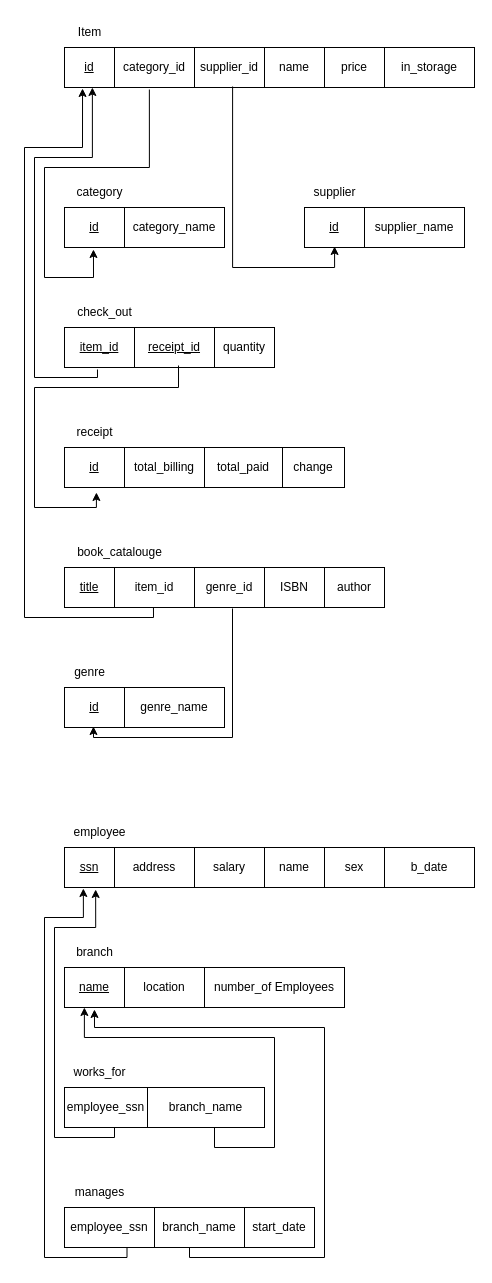
The draw.io diagram page "Page-2" (2 of 3) of Untitled Diagram.drawio in hanscakrawangsa15/Hans-Project, before the edit. Source tidied: cells renumbered, new cells numbered last; positions are measured from the earlier drawing's top-left corner, leaving out a move shared by most shapes. Both pictures are drawn from the tidied source at 100%, with x=0, y=0 at pixel (24, 17).
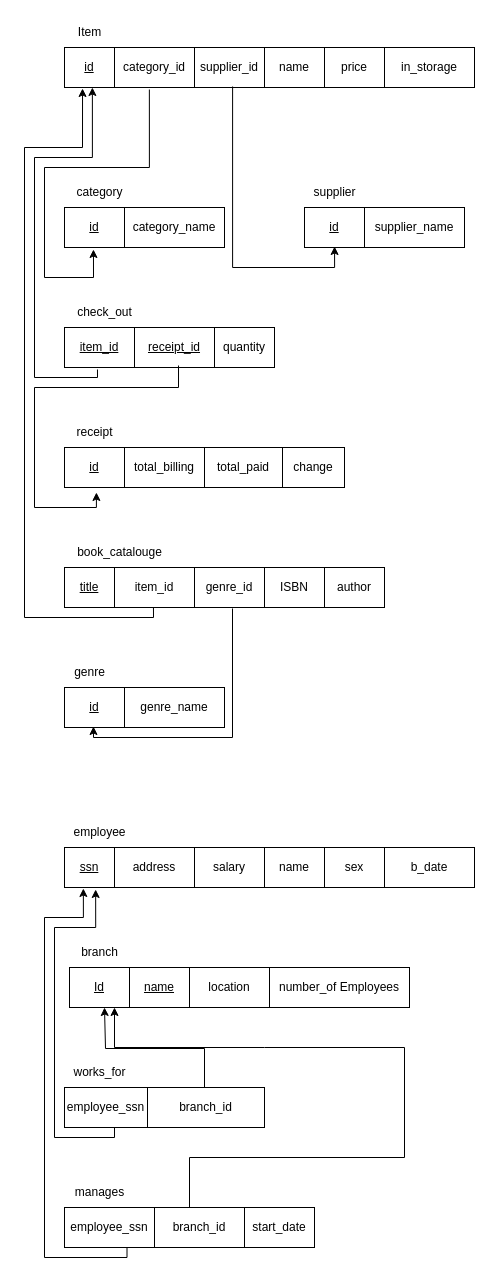
The same diagram, later.

Unchanged cells that the change refers to:
```xml
<mxCell id="63" style="shape=tableRow;horizontal=0;startSize=0;swimlaneHead=0;swimlaneBody=0;top=0;left=0;bottom=0;right=0;fontStyle=0;fillColor=none;sketch=1;curveFitting=1;jiggle=2;" parent="62" vertex="1">
  <mxGeometry width="280" height="40" as="geometry" />
</mxCell>
<mxCell id="68" style="childLayout=tableLayout;shadow=0;fillColor=none;strokeColor=#C0C0C0;perimeterSpacing=0;strokeWidth=1;" parent="1" vertex="1">
  <mxGeometry x="40" y="1070" width="200" height="40" as="geometry" />
</mxCell>
<mxCell id="69" style="shape=tableRow;horizontal=0;startSize=0;swimlaneHead=0;swimlaneBody=0;top=0;left=0;bottom=0;right=0;fontStyle=0;fillColor=none;sketch=1;curveFitting=1;jiggle=2;" parent="68" vertex="1">
  <mxGeometry width="200" height="40" as="geometry" />
</mxCell>
<mxCell id="75" style="shape=tableRow;horizontal=0;startSize=0;swimlaneHead=0;swimlaneBody=0;top=0;left=0;bottom=0;right=0;fontStyle=0;fillColor=none;sketch=1;curveFitting=1;jiggle=2;" parent="74" vertex="1">
  <mxGeometry width="250" height="40" as="geometry" />
</mxCell>
```

The edit, as a diff of the source:
```diff
@@
     <mxCell id="62" style="childLayout=tableLayout;shadow=0;fillColor=none;strokeColor=#C0C0C0;perimeterSpacing=0;strokeWidth=1;" parent="1" vertex="1">
-      <mxGeometry x="40" y="950" width="280" height="40" as="geometry" />
+      <mxGeometry x="105" y="950" width="280" height="40" as="geometry" />
     </mxCell>
@@
     <mxCell id="67" value="branch" style="text;html=1;align=center;verticalAlign=middle;strokeColor=none;fillColor=none;sketch=1;curveFitting=1;jiggle=2;" parent="1" vertex="1">
-      <mxGeometry x="40" y="920" width="60" height="30" as="geometry" />
+      <mxGeometry x="45" y="920" width="60" height="30" as="geometry" />
     </mxCell>
+    <mxCell id="83" style="edgeStyle=orthogonalEdgeStyle;rounded=0;jettySize=auto;html=1;" parent="1" edge="1" source="68">
+      <mxGeometry relative="1" as="geometry">
+        <mxPoint x="80" y="990" as="targetPoint" />
+        <Array as="points">
+          <mxPoint x="180" y="1031" />
+          <mxPoint x="81" y="1031" />
+        </Array>
+      </mxGeometry>
+    </mxCell>
@@
-    <mxCell id="71" value="branch_name" style="strokeColor=default;fillColor=none;align=center;whiteSpace=wrap;html=1;" parent="69" vertex="1">
+    <mxCell id="71" value="branch_id" style="strokeColor=default;fillColor=none;align=center;whiteSpace=wrap;html=1;" parent="69" vertex="1">
       <mxGeometry x="83" width="117" height="40" as="geometry" />
     </mxCell>
@@
-    <mxCell id="77" value="branch_name" style="strokeColor=default;fillColor=none;align=center;whiteSpace=wrap;html=1;" parent="75" vertex="1">
+    <mxCell id="77" value="branch_id" style="strokeColor=default;fillColor=none;align=center;whiteSpace=wrap;html=1;" parent="75" vertex="1">
       <mxGeometry x="90" width="90" height="40" as="geometry" />
     </mxCell>
@@
-    <mxCell id="81" style="edgeStyle=orthogonalEdgeStyle;rounded=0;jettySize=auto;html=1;exitX=0.75;exitY=1;exitDx=0;exitDy=0;entryX=0.071;entryY=1;entryDx=0;entryDy=0;entryPerimeter=0;" parent="1" edge="1" source="69" target="63">
-      <mxGeometry relative="1" as="geometry">
-        <Array as="points">
-          <mxPoint x="190" y="1130" />
-          <mxPoint x="250" y="1130" />
-          <mxPoint x="250" y="1020" />
-          <mxPoint x="60" y="1020" />
-        </Array>
-      </mxGeometry>
-    </mxCell>
-    <mxCell id="82" style="edgeStyle=orthogonalEdgeStyle;rounded=0;jettySize=auto;html=1;exitX=0.5;exitY=1;exitDx=0;exitDy=0;entryX=0.107;entryY=1.05;entryDx=0;entryDy=0;entryPerimeter=0;" parent="1" edge="1" source="75" target="63">
-      <mxGeometry relative="1" as="geometry">
-        <Array as="points">
-          <mxPoint x="165" y="1240" />
-          <mxPoint x="300" y="1240" />
-          <mxPoint x="300" y="1010" />
-          <mxPoint x="70" y="1010" />
-        </Array>
-      </mxGeometry>
-    </mxCell>
+    <mxCell id="84" value="&lt;u&gt;Id&lt;/u&gt;" style="strokeColor=default;fillColor=none;align=center;whiteSpace=wrap;html=1;" parent="1" vertex="1">
+      <mxGeometry x="45" y="950" width="60" height="40" as="geometry" />
+    </mxCell>
+    <mxCell id="85" style="endArrow=classic;html=1;rounded=0;exitX=0.5;exitY=0;exitDx=0;exitDy=0;" parent="1" edge="1" source="75">
+      <mxGeometry relative="1" as="geometry">
+        <mxPoint x="90" y="990" as="targetPoint" />
+        <Array as="points">
+          <mxPoint x="165" y="1140" />
+          <mxPoint x="380" y="1140" />
+          <mxPoint x="380" y="1030" />
+          <mxPoint x="240" y="1030" />
+          <mxPoint x="90" y="1030" />
+        </Array>
+      </mxGeometry>
+    </mxCell>
```
